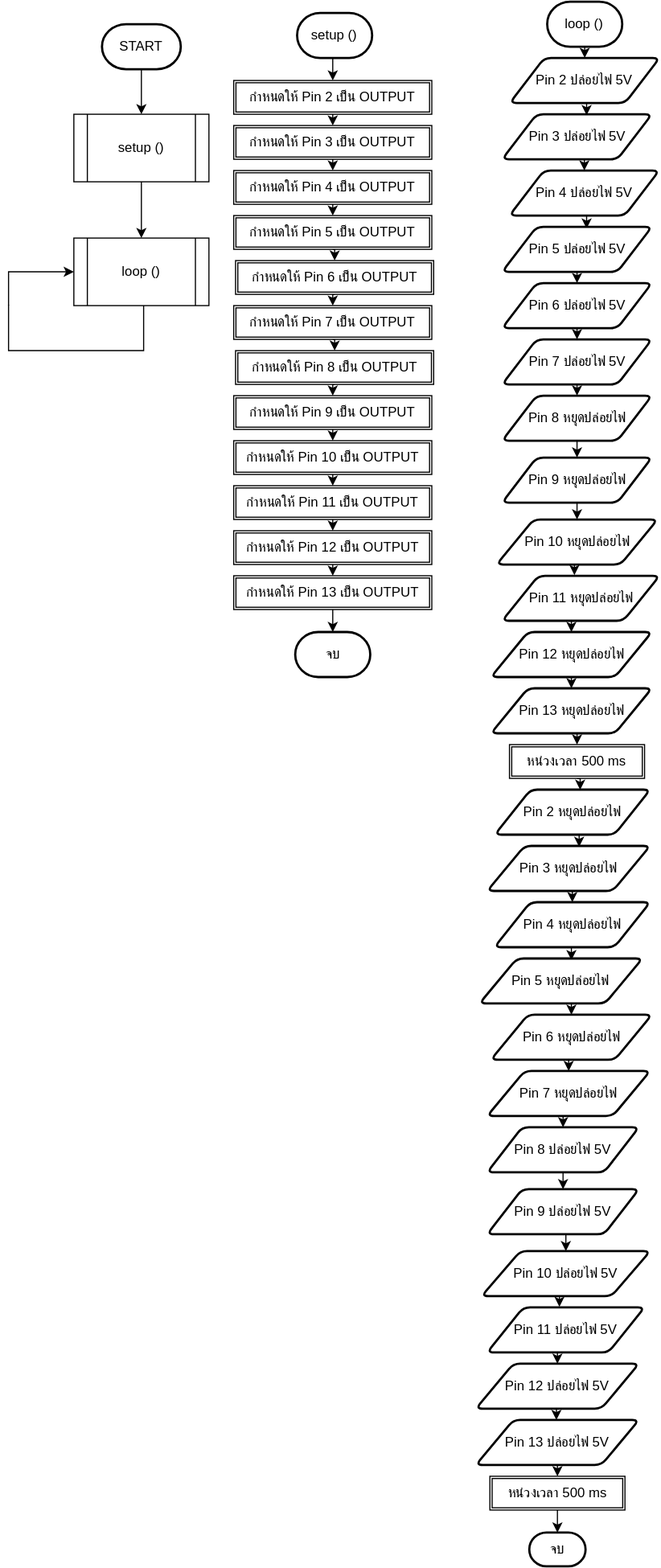
Before: Assignment 3/3-2/3-2 flowchart.svg, a diagram exported from draw.io (ruangrith-ri/MDT112-Homework). Source tidied: cells renumbered, new cells last; positions are measured from the earlier drawing's top-left corner, leaving out a move shared by most shapes.
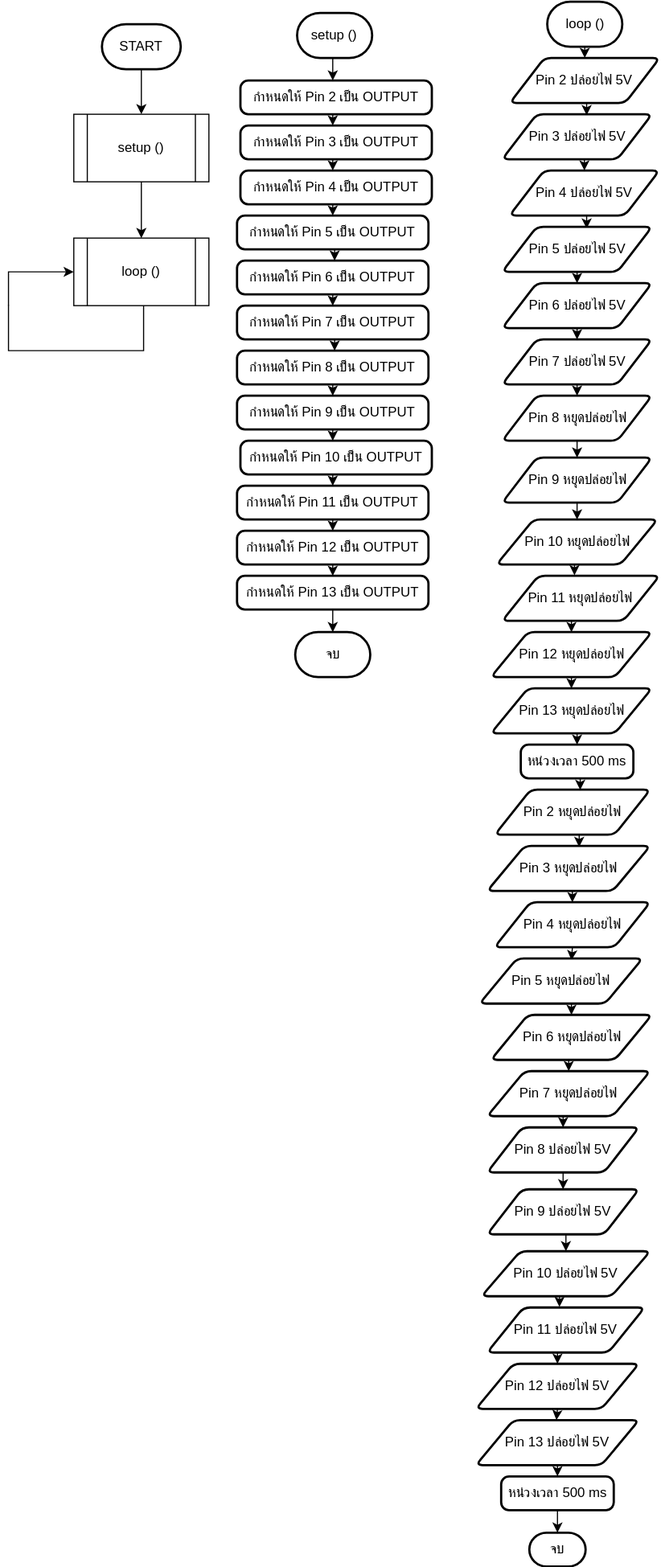
Above is the later version.

Change to the diagram source:
```diff
@@ -10,4 +10,6 @@
     </mxCell>
-    <mxCell id="4" style="edgeStyle=orthogonalEdgeStyle;rounded=0;jettySize=auto;html=1;exitX=0.5;exitY=1;exitDx=0;exitDy=0;exitPerimeter=0;entryX=0.5;entryY=0;entryDx=0;entryDy=0;" parent="1" edge="1" source="5" target="7">
-      <mxGeometry relative="1" as="geometry" />
+    <mxCell id="4" style="edgeStyle=orthogonalEdgeStyle;rounded=0;jettySize=auto;html=1;exitX=0.5;exitY=1;exitDx=0;exitDy=0;exitPerimeter=0;entryX=0.5;entryY=0;entryDx=0;entryDy=0;" parent="1" edge="1" source="5">
+      <mxGeometry relative="1" as="geometry">
+        <mxPoint x="288" y="70" as="targetPoint" />
+      </mxGeometry>
     </mxCell>
@@ -16,70 +18,71 @@
     </mxCell>
-    <mxCell id="6" style="edgeStyle=orthogonalEdgeStyle;rounded=0;jettySize=auto;html=1;exitX=0.5;exitY=1;exitDx=0;exitDy=0;entryX=0.5;entryY=0;entryDx=0;entryDy=0;" parent="1" edge="1" source="7" target="9">
-      <mxGeometry relative="1" as="geometry" />
+    <mxCell id="6" style="edgeStyle=orthogonalEdgeStyle;rounded=0;orthogonalLoop=1;jettySize=auto;html=1;exitX=0.5;exitY=1;exitDx=0;exitDy=0;entryX=0.5;entryY=0;entryDx=0;entryDy=0;" parent="1" edge="1">
+      <mxGeometry relative="1" as="geometry">
+        <mxPoint x="288" y="100" as="sourcePoint" />
+        <mxPoint x="288" y="110" as="targetPoint" />
+      </mxGeometry>
     </mxCell>
-    <mxCell id="7" value="กำหนดให้ Pin 2 เป็น OUTPUT" style="shape=ext;double=1;rounded=0;whiteSpace=wrap;html=1;" parent="1" vertex="1">
-      <mxGeometry x="200" y="70" width="176" height="30" as="geometry" />
-    </mxCell>
-    <mxCell id="8" style="edgeStyle=orthogonalEdgeStyle;rounded=0;jettySize=auto;html=1;exitX=0.5;exitY=1;exitDx=0;exitDy=0;entryX=0.5;entryY=0;entryDx=0;entryDy=0;" parent="1" edge="1" source="9" target="11">
-      <mxGeometry relative="1" as="geometry" />
+    <mxCell id="8" style="edgeStyle=orthogonalEdgeStyle;rounded=0;orthogonalLoop=1;jettySize=auto;html=1;exitX=0.5;exitY=1;exitDx=0;exitDy=0;entryX=0.5;entryY=0;entryDx=0;entryDy=0;" parent="1" edge="1">
+      <mxGeometry relative="1" as="geometry">
+        <mxPoint x="288" y="140" as="sourcePoint" />
+        <mxPoint x="288" y="150" as="targetPoint" />
+      </mxGeometry>
     </mxCell>
-    <mxCell id="9" value="กำหนดให้ Pin 3 เป็น OUTPUT" style="shape=ext;double=1;rounded=0;whiteSpace=wrap;html=1;" parent="1" vertex="1">
-      <mxGeometry x="200" y="110" width="176" height="30" as="geometry" />
-    </mxCell>
-    <mxCell id="10" style="edgeStyle=orthogonalEdgeStyle;rounded=0;jettySize=auto;html=1;exitX=0.5;exitY=1;exitDx=0;exitDy=0;entryX=0.5;entryY=0;entryDx=0;entryDy=0;" parent="1" edge="1" source="11" target="13">
-      <mxGeometry relative="1" as="geometry" />
+    <mxCell id="10" style="edgeStyle=orthogonalEdgeStyle;rounded=0;orthogonalLoop=1;jettySize=auto;html=1;exitX=0.5;exitY=1;exitDx=0;exitDy=0;entryX=0.5;entryY=0;entryDx=0;entryDy=0;" parent="1" edge="1">
+      <mxGeometry relative="1" as="geometry">
+        <mxPoint x="288" y="180" as="sourcePoint" />
+        <mxPoint x="288" y="190" as="targetPoint" />
+      </mxGeometry>
     </mxCell>
-    <mxCell id="11" value="กำหนดให้ Pin 4 เป็น OUTPUT" style="shape=ext;double=1;rounded=0;whiteSpace=wrap;html=1;" parent="1" vertex="1">
-      <mxGeometry x="200" y="150" width="176" height="30" as="geometry" />
-    </mxCell>
-    <mxCell id="12" style="edgeStyle=orthogonalEdgeStyle;rounded=0;jettySize=auto;html=1;exitX=0.5;exitY=1;exitDx=0;exitDy=0;entryX=0.5;entryY=0;entryDx=0;entryDy=0;" parent="1" edge="1" source="13" target="15">
-      <mxGeometry relative="1" as="geometry" />
+    <mxCell id="12" style="edgeStyle=orthogonalEdgeStyle;rounded=0;orthogonalLoop=1;jettySize=auto;html=1;exitX=0.5;exitY=1;exitDx=0;exitDy=0;entryX=0.5;entryY=0;entryDx=0;entryDy=0;" parent="1" edge="1">
+      <mxGeometry relative="1" as="geometry">
+        <mxPoint x="288" y="220" as="sourcePoint" />
+        <mxPoint x="289.7" y="230" as="targetPoint" />
+      </mxGeometry>
     </mxCell>
-    <mxCell id="13" value="กำหนดให้ Pin 5 เป็น OUTPUT" style="shape=ext;double=1;rounded=0;whiteSpace=wrap;html=1;" parent="1" vertex="1">
-      <mxGeometry x="200" y="190" width="176" height="30" as="geometry" />
-    </mxCell>
-    <mxCell id="14" style="edgeStyle=orthogonalEdgeStyle;rounded=0;jettySize=auto;html=1;exitX=0.5;exitY=1;exitDx=0;exitDy=0;entryX=0.5;entryY=0;entryDx=0;entryDy=0;" parent="1" edge="1" source="15" target="17">
-      <mxGeometry relative="1" as="geometry" />
+    <mxCell id="14" style="edgeStyle=orthogonalEdgeStyle;rounded=0;orthogonalLoop=1;jettySize=auto;html=1;exitX=0.5;exitY=1;exitDx=0;exitDy=0;entryX=0.5;entryY=0;entryDx=0;entryDy=0;" parent="1" edge="1">
+      <mxGeometry relative="1" as="geometry">
+        <mxPoint x="289.7" y="260" as="sourcePoint" />
+        <mxPoint x="288" y="270" as="targetPoint" />
+      </mxGeometry>
     </mxCell>
-    <mxCell id="15" value="กำหนดให้ Pin 6 เป็น OUTPUT" style="shape=ext;double=1;rounded=0;whiteSpace=wrap;html=1;" parent="1" vertex="1">
-      <mxGeometry x="201.7" y="230" width="176" height="30" as="geometry" />
-    </mxCell>
-    <mxCell id="16" style="edgeStyle=orthogonalEdgeStyle;rounded=0;jettySize=auto;html=1;exitX=0.5;exitY=1;exitDx=0;exitDy=0;entryX=0.5;entryY=0;entryDx=0;entryDy=0;" parent="1" edge="1" source="17" target="19">
-      <mxGeometry relative="1" as="geometry" />
+    <mxCell id="16" style="edgeStyle=orthogonalEdgeStyle;rounded=0;orthogonalLoop=1;jettySize=auto;html=1;exitX=0.5;exitY=1;exitDx=0;exitDy=0;entryX=0.5;entryY=0;entryDx=0;entryDy=0;" parent="1" edge="1">
+      <mxGeometry relative="1" as="geometry">
+        <mxPoint x="288" y="300" as="sourcePoint" />
+        <mxPoint x="289.7" y="310" as="targetPoint" />
+      </mxGeometry>
     </mxCell>
-    <mxCell id="17" value="กำหนดให้ Pin 7 เป็น OUTPUT" style="shape=ext;double=1;rounded=0;whiteSpace=wrap;html=1;" parent="1" vertex="1">
-      <mxGeometry x="200" y="270" width="176" height="30" as="geometry" />
-    </mxCell>
-    <mxCell id="18" style="edgeStyle=orthogonalEdgeStyle;rounded=0;jettySize=auto;html=1;exitX=0.5;exitY=1;exitDx=0;exitDy=0;entryX=0.5;entryY=0;entryDx=0;entryDy=0;" parent="1" edge="1" source="19" target="21">
-      <mxGeometry relative="1" as="geometry" />
+    <mxCell id="18" style="edgeStyle=orthogonalEdgeStyle;rounded=0;orthogonalLoop=1;jettySize=auto;html=1;exitX=0.5;exitY=1;exitDx=0;exitDy=0;entryX=0.5;entryY=0;entryDx=0;entryDy=0;" parent="1" edge="1">
+      <mxGeometry relative="1" as="geometry">
+        <mxPoint x="289.7" y="340" as="sourcePoint" />
+        <mxPoint x="288" y="350" as="targetPoint" />
+      </mxGeometry>
     </mxCell>
-    <mxCell id="19" value="กำหนดให้ Pin 8 เป็น OUTPUT" style="shape=ext;double=1;rounded=0;whiteSpace=wrap;html=1;" parent="1" vertex="1">
-      <mxGeometry x="201.7" y="310" width="176" height="30" as="geometry" />
-    </mxCell>
-    <mxCell id="20" style="edgeStyle=orthogonalEdgeStyle;rounded=0;jettySize=auto;html=1;exitX=0.5;exitY=1;exitDx=0;exitDy=0;entryX=0.5;entryY=0;entryDx=0;entryDy=0;" parent="1" edge="1" source="21" target="23">
-      <mxGeometry relative="1" as="geometry" />
+    <mxCell id="20" style="edgeStyle=orthogonalEdgeStyle;rounded=0;orthogonalLoop=1;jettySize=auto;html=1;exitX=0.5;exitY=1;exitDx=0;exitDy=0;entryX=0.5;entryY=0;entryDx=0;entryDy=0;" parent="1" edge="1">
+      <mxGeometry relative="1" as="geometry">
+        <mxPoint x="288" y="380" as="sourcePoint" />
+        <mxPoint x="288" y="390" as="targetPoint" />
+      </mxGeometry>
     </mxCell>
-    <mxCell id="21" value="กำหนดให้ Pin 9 เป็น OUTPUT" style="shape=ext;double=1;rounded=0;whiteSpace=wrap;html=1;" parent="1" vertex="1">
-      <mxGeometry x="200" y="350" width="176" height="30" as="geometry" />
-    </mxCell>
-    <mxCell id="22" style="edgeStyle=orthogonalEdgeStyle;rounded=0;jettySize=auto;html=1;exitX=0.5;exitY=1;exitDx=0;exitDy=0;entryX=0.5;entryY=0;entryDx=0;entryDy=0;" parent="1" edge="1" source="23" target="25">
-      <mxGeometry relative="1" as="geometry" />
+    <mxCell id="22" style="edgeStyle=orthogonalEdgeStyle;rounded=0;orthogonalLoop=1;jettySize=auto;html=1;exitX=0.5;exitY=1;exitDx=0;exitDy=0;entryX=0.5;entryY=0;entryDx=0;entryDy=0;" parent="1" edge="1">
+      <mxGeometry relative="1" as="geometry">
+        <mxPoint x="288" y="420" as="sourcePoint" />
+        <mxPoint x="288" y="430" as="targetPoint" />
+      </mxGeometry>
     </mxCell>
-    <mxCell id="23" value="กำหนดให้ Pin 10 เป็น OUTPUT" style="shape=ext;double=1;rounded=0;whiteSpace=wrap;html=1;" parent="1" vertex="1">
-      <mxGeometry x="200" y="390" width="176" height="30" as="geometry" />
-    </mxCell>
-    <mxCell id="24" style="edgeStyle=orthogonalEdgeStyle;rounded=0;jettySize=auto;html=1;exitX=0.5;exitY=1;exitDx=0;exitDy=0;entryX=0.5;entryY=0;entryDx=0;entryDy=0;" parent="1" edge="1" source="25" target="27">
-      <mxGeometry relative="1" as="geometry" />
+    <mxCell id="24" style="edgeStyle=orthogonalEdgeStyle;rounded=0;orthogonalLoop=1;jettySize=auto;html=1;exitX=0.5;exitY=1;exitDx=0;exitDy=0;entryX=0.5;entryY=0;entryDx=0;entryDy=0;" parent="1" edge="1">
+      <mxGeometry relative="1" as="geometry">
+        <mxPoint x="288" y="460" as="sourcePoint" />
+        <mxPoint x="288" y="470" as="targetPoint" />
+      </mxGeometry>
     </mxCell>
-    <mxCell id="25" value="กำหนดให้ Pin 11 เป็น OUTPUT" style="shape=ext;double=1;rounded=0;whiteSpace=wrap;html=1;" parent="1" vertex="1">
-      <mxGeometry x="200" y="430" width="176" height="30" as="geometry" />
-    </mxCell>
-    <mxCell id="26" style="edgeStyle=orthogonalEdgeStyle;rounded=0;jettySize=auto;html=1;exitX=0.5;exitY=1;exitDx=0;exitDy=0;entryX=0.5;entryY=0;entryDx=0;entryDy=0;" parent="1" edge="1" source="27" target="29">
-      <mxGeometry relative="1" as="geometry" />
+    <mxCell id="26" style="edgeStyle=orthogonalEdgeStyle;rounded=0;orthogonalLoop=1;jettySize=auto;html=1;exitX=0.5;exitY=1;exitDx=0;exitDy=0;entryX=0.5;entryY=0;entryDx=0;entryDy=0;" parent="1" edge="1">
+      <mxGeometry relative="1" as="geometry">
+        <mxPoint x="288" y="500" as="sourcePoint" />
+        <mxPoint x="288" y="510" as="targetPoint" />
+      </mxGeometry>
     </mxCell>
-    <mxCell id="27" value="กำหนดให้ Pin 12 เป็น OUTPUT" style="shape=ext;double=1;rounded=0;whiteSpace=wrap;html=1;" parent="1" vertex="1">
-      <mxGeometry x="200" y="470" width="176" height="30" as="geometry" />
-    </mxCell>
-    <mxCell id="28" style="edgeStyle=orthogonalEdgeStyle;rounded=0;jettySize=auto;html=1;exitX=0.5;exitY=1;exitDx=0;exitDy=0;" parent="1" edge="1" source="29">
+    <mxCell id="28" style="edgeStyle=orthogonalEdgeStyle;rounded=0;orthogonalLoop=1;jettySize=auto;html=1;exitX=0.5;exitY=1;exitDx=0;exitDy=0;" parent="1" edge="1">
       <mxGeometry relative="1" as="geometry">
+        <mxPoint x="288" y="540" as="sourcePoint" />
         <mxPoint x="288" y="560" as="targetPoint" />
@@ -87,5 +90,2 @@
     </mxCell>
-    <mxCell id="29" value="กำหนดให้ Pin 13 เป็น OUTPUT" style="shape=ext;double=1;rounded=0;whiteSpace=wrap;html=1;" parent="1" vertex="1">
-      <mxGeometry x="200" y="510" width="176" height="30" as="geometry" />
-    </mxCell>
     <mxCell id="30" value="จบ" style="strokeWidth=2;html=1;shape=mxgraph.flowchart.terminator;whiteSpace=wrap;" parent="1" vertex="1">
@@ -150,4 +150,6 @@
     </mxCell>
-    <mxCell id="50" style="edgeStyle=orthogonalEdgeStyle;rounded=0;jettySize=auto;html=1;exitX=0.5;exitY=1;exitDx=0;exitDy=0;entryX=0.5;entryY=0;entryDx=0;entryDy=0;" parent="1" edge="1" source="51" target="63">
-      <mxGeometry relative="1" as="geometry" />
+    <mxCell id="50" style="edgeStyle=orthogonalEdgeStyle;rounded=0;jettySize=auto;html=1;exitX=0.5;exitY=1;exitDx=0;exitDy=0;entryX=0.5;entryY=0;entryDx=0;entryDy=0;" parent="1" edge="1" source="51">
+      <mxGeometry relative="1" as="geometry">
+        <mxPoint x="505" y="660" as="targetPoint" />
+      </mxGeometry>
     </mxCell>
@@ -186,8 +188,7 @@
     </mxCell>
-    <mxCell id="62" style="edgeStyle=orthogonalEdgeStyle;rounded=0;jettySize=auto;html=1;exitX=0.5;exitY=1;exitDx=0;exitDy=0;entryX=0.549;entryY=0.004;entryDx=0;entryDy=0;entryPerimeter=0;" parent="1" edge="1" source="63" target="65">
-      <mxGeometry relative="1" as="geometry" />
+    <mxCell id="62" style="edgeStyle=orthogonalEdgeStyle;rounded=0;jettySize=auto;html=1;exitX=0.5;exitY=1;exitDx=0;exitDy=0;entryX=0.549;entryY=0.004;entryDx=0;entryDy=0;entryPerimeter=0;" parent="1" edge="1" target="65">
+      <mxGeometry relative="1" as="geometry">
+        <mxPoint x="505" y="690" as="sourcePoint" />
+      </mxGeometry>
     </mxCell>
-    <mxCell id="63" value="หน่วงเวลา 500 ms" style="shape=ext;double=1;rounded=0;whiteSpace=wrap;html=1;" parent="1" vertex="1">
-      <mxGeometry x="445" y="660" width="120" height="30" as="geometry" />
-    </mxCell>
     <mxCell id="64" style="edgeStyle=orthogonalEdgeStyle;rounded=0;jettySize=auto;html=1;exitX=0.5;exitY=1;exitDx=0;exitDy=0;entryX=0.564;entryY=0.021;entryDx=0;entryDy=0;entryPerimeter=0;" parent="1" edge="1" source="65" target="67">
@@ -260,4 +261,6 @@
     </mxCell>
-    <mxCell id="86" style="edgeStyle=orthogonalEdgeStyle;rounded=0;jettySize=auto;html=1;exitX=0.5;exitY=1;exitDx=0;exitDy=0;entryX=0.5;entryY=0;entryDx=0;entryDy=0;" parent="1" edge="1" source="87" target="90">
-      <mxGeometry relative="1" as="geometry" />
+    <mxCell id="86" style="edgeStyle=orthogonalEdgeStyle;rounded=0;jettySize=auto;html=1;exitX=0.5;exitY=1;exitDx=0;exitDy=0;entryX=0.5;entryY=0;entryDx=0;entryDy=0;" parent="1" edge="1" source="87">
+      <mxGeometry relative="1" as="geometry">
+        <mxPoint x="487.6" y="1310" as="targetPoint" />
+      </mxGeometry>
     </mxCell>
@@ -269,8 +272,49 @@
     </mxCell>
-    <mxCell id="89" style="edgeStyle=orthogonalEdgeStyle;rounded=0;jettySize=auto;html=1;exitX=0.5;exitY=1;exitDx=0;exitDy=0;entryX=0.5;entryY=0;entryDx=0;entryDy=0;entryPerimeter=0;" parent="1" edge="1" source="90" target="88">
-      <mxGeometry relative="1" as="geometry" />
+    <mxCell id="89" style="edgeStyle=orthogonalEdgeStyle;rounded=0;jettySize=auto;html=1;exitX=0.5;exitY=1;exitDx=0;exitDy=0;entryX=0.5;entryY=0;entryDx=0;entryDy=0;entryPerimeter=0;" parent="1" edge="1" target="88">
+      <mxGeometry relative="1" as="geometry">
+        <mxPoint x="487.6" y="1340" as="sourcePoint" />
+      </mxGeometry>
     </mxCell>
-    <mxCell id="90" value="หน่วงเวลา 500 ms" style="shape=ext;double=1;rounded=0;whiteSpace=wrap;html=1;" parent="1" vertex="1">
-      <mxGeometry x="427.6" y="1310" width="120" height="30" as="geometry" />
-    </mxCell>
+    <mxCell id="91" value="&lt;span style=&quot;white-space: normal&quot;&gt;หน่วงเวลา 500 ms&lt;/span&gt;" style="rounded=1;whiteSpace=wrap;html=1;absoluteArcSize=1;arcSize=14;strokeWidth=2;" parent="1" vertex="1">
+      <mxGeometry x="455" y="660" width="100" height="30" as="geometry" />
+    </mxCell>
+    <mxCell id="92" value="&lt;span style=&quot;white-space: normal&quot;&gt;หน่วงเวลา 500 ms&lt;/span&gt;" style="rounded=1;whiteSpace=wrap;html=1;absoluteArcSize=1;arcSize=14;strokeWidth=2;" parent="1" vertex="1">
+      <mxGeometry x="437.6" y="1310" width="100" height="30" as="geometry" />
+    </mxCell>
+    <mxCell id="7" value="&lt;span style=&quot;white-space: normal&quot;&gt;กำหนดให้ Pin 2 เป็น OUTPUT&lt;/span&gt;" style="rounded=1;whiteSpace=wrap;html=1;absoluteArcSize=1;arcSize=14;strokeWidth=2;" parent="1" vertex="1">
+      <mxGeometry x="206" y="70" width="170" height="30" as="geometry" />
+    </mxCell>
+    <mxCell id="9" value="&lt;span style=&quot;white-space: normal&quot;&gt;กำหนดให้ Pin 3 เป็น OUTPUT&lt;/span&gt;" style="rounded=1;whiteSpace=wrap;html=1;absoluteArcSize=1;arcSize=14;strokeWidth=2;" parent="1" vertex="1">
+      <mxGeometry x="206" y="110" width="170" height="30" as="geometry" />
+    </mxCell>
+    <mxCell id="11" value="&lt;span style=&quot;white-space: normal&quot;&gt;กำหนดให้ Pin 4 เป็น OUTPUT&lt;/span&gt;" style="rounded=1;whiteSpace=wrap;html=1;absoluteArcSize=1;arcSize=14;strokeWidth=2;" parent="1" vertex="1">
+      <mxGeometry x="206" y="150" width="170" height="30" as="geometry" />
+    </mxCell>
+    <mxCell id="13" value="&lt;span style=&quot;white-space: normal&quot;&gt;กำหนดให้ Pin 5 เป็น OUTPUT&lt;/span&gt;" style="rounded=1;whiteSpace=wrap;html=1;absoluteArcSize=1;arcSize=14;strokeWidth=2;" parent="1" vertex="1">
+      <mxGeometry x="203" y="190" width="170" height="30" as="geometry" />
+    </mxCell>
+    <mxCell id="15" value="&lt;span style=&quot;white-space: normal&quot;&gt;กำหนดให้ Pin 6 เป็น OUTPUT&lt;/span&gt;" style="rounded=1;whiteSpace=wrap;html=1;absoluteArcSize=1;arcSize=14;strokeWidth=2;" parent="1" vertex="1">
+      <mxGeometry x="203" y="230" width="170" height="30" as="geometry" />
+    </mxCell>
+    <mxCell id="17" value="&lt;span style=&quot;white-space: normal&quot;&gt;กำหนดให้ Pin 7 เป็น OUTPUT&lt;/span&gt;" style="rounded=1;whiteSpace=wrap;html=1;absoluteArcSize=1;arcSize=14;strokeWidth=2;" parent="1" vertex="1">
+      <mxGeometry x="203" y="270" width="170" height="30" as="geometry" />
+    </mxCell>
+    <mxCell id="19" value="&lt;span style=&quot;white-space: normal&quot;&gt;กำหนดให้ Pin 8 เป็น OUTPUT&lt;/span&gt;" style="rounded=1;whiteSpace=wrap;html=1;absoluteArcSize=1;arcSize=14;strokeWidth=2;" parent="1" vertex="1">
+      <mxGeometry x="203" y="310" width="170" height="30" as="geometry" />
+    </mxCell>
+    <mxCell id="21" value="&lt;span style=&quot;white-space: normal&quot;&gt;กำหนดให้ Pin 9 เป็น OUTPUT&lt;/span&gt;" style="rounded=1;whiteSpace=wrap;html=1;absoluteArcSize=1;arcSize=14;strokeWidth=2;" parent="1" vertex="1">
+      <mxGeometry x="203" y="350" width="170" height="30" as="geometry" />
+    </mxCell>
+    <mxCell id="23" value="&lt;span style=&quot;white-space: normal&quot;&gt;กำหนดให้ Pin 10 เป็น OUTPUT&lt;/span&gt;" style="rounded=1;whiteSpace=wrap;html=1;absoluteArcSize=1;arcSize=14;strokeWidth=2;" parent="1" vertex="1">
+      <mxGeometry x="206" y="390" width="170" height="30" as="geometry" />
+    </mxCell>
+    <mxCell id="25" value="&lt;span style=&quot;white-space: normal&quot;&gt;กำหนดให้ Pin 11 เป็น OUTPUT&lt;/span&gt;" style="rounded=1;whiteSpace=wrap;html=1;absoluteArcSize=1;arcSize=14;strokeWidth=2;" parent="1" vertex="1">
+      <mxGeometry x="203" y="430" width="170" height="30" as="geometry" />
+    </mxCell>
+    <mxCell id="27" value="&lt;span style=&quot;white-space: normal&quot;&gt;กำหนดให้ Pin 12 เป็น OUTPUT&lt;/span&gt;" style="rounded=1;whiteSpace=wrap;html=1;absoluteArcSize=1;arcSize=14;strokeWidth=2;" parent="1" vertex="1">
+      <mxGeometry x="203" y="470" width="170" height="30" as="geometry" />
+    </mxCell>
+    <mxCell id="29" value="&lt;span style=&quot;white-space: normal&quot;&gt;กำหนดให้ Pin 13 เป็น OUTPUT&lt;/span&gt;" style="rounded=1;whiteSpace=wrap;html=1;absoluteArcSize=1;arcSize=14;strokeWidth=2;" parent="1" vertex="1">
+      <mxGeometry x="203" y="510" width="170" height="30" as="geometry" />
+    </mxCell>
   </root>
```
